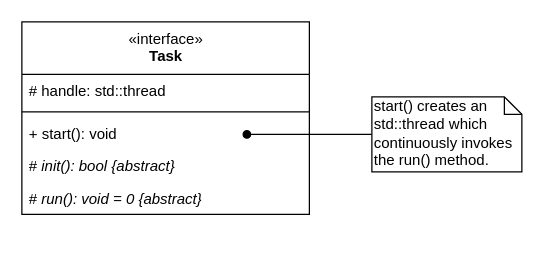
Before: diagrams/task.drawio in LasseGoransson/ESD-E2020, a draw.io diagram. Source tidied: cells renumbered, new cells numbered last; positions are measured from the earlier drawing's top-left corner, leaving out a move shared by most shapes. Both pictures are drawn from the tidied source at 125%, with x=0, y=0 at pixel (21, 21).
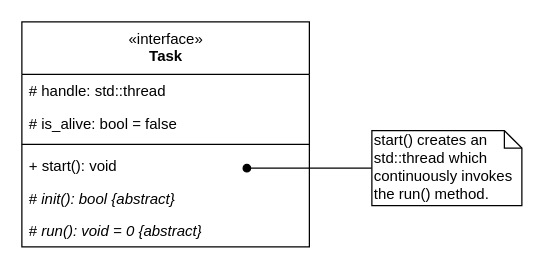
The same diagram, later.

Commit message:
update task class diagram

Diff of the diagram source:
```diff
@@
 <mxGraphModel>
   <root>
     <mxCell id="0" />
     <mxCell id="1" parent="0" />
     <mxCell id="2" style="edgeStyle=orthogonalEdgeStyle;rounded=0;jettySize=auto;html=1;endArrow=oval;endFill=1;" parent="1" edge="1" source="3">
       <mxGeometry relative="1" as="geometry">
-        <mxPoint x="180" y="90" as="targetPoint" />
+        <mxPoint x="180" y="117" as="targetPoint" />
       </mxGeometry>
     </mxCell>
     <mxCell id="3" value="start() creates an std::thread which continuously invokes the run() method." style="shape=note;whiteSpace=wrap;html=1;size=14;verticalAlign=top;align=left;spacingTop=-6;" parent="1" vertex="1">
-      <mxGeometry x="280" y="60" width="120" height="60" as="geometry" />
+      <mxGeometry x="280" y="87" width="120" height="60" as="geometry" />
     </mxCell>
     <mxCell id="4" value="&lt;span style=&quot;font-weight: normal&quot;&gt;«interface»&lt;br&gt;&lt;/span&gt;Task" style="swimlane;fontStyle=1;align=center;verticalAlign=top;horizontal=1;startSize=42;html=1;" parent="1" vertex="1">
-      <mxGeometry width="230" height="154" as="geometry" />
+      <mxGeometry width="230" height="180" as="geometry" />
     </mxCell>
     <mxCell id="5" value="# handle: std::thread" style="text;strokeColor=none;fillColor=none;align=left;verticalAlign=top;spacingLeft=4;spacingRight=4;overflow=hidden;" parent="4" vertex="1">
       <mxGeometry y="42" width="230" height="26" as="geometry" />
     </mxCell>
+    <mxCell id="10" value="# is_alive: bool = false" style="text;strokeColor=none;fillColor=none;align=left;verticalAlign=top;spacingLeft=4;spacingRight=4;overflow=hidden;" parent="4" vertex="1">
+      <mxGeometry y="68" width="230" height="26" as="geometry" />
+    </mxCell>
     <mxCell id="6" style="line;strokeWidth=1;fillColor=none;align=left;verticalAlign=middle;spacingTop=-1;spacingLeft=3;spacingRight=3;labelPosition=right;" parent="4" vertex="1">
-      <mxGeometry y="68" width="230" height="8" as="geometry" />
+      <mxGeometry y="94" width="230" height="8" as="geometry" />
     </mxCell>
     <mxCell id="7" value="+ start(): void" style="text;strokeColor=none;fillColor=none;align=left;verticalAlign=top;spacingLeft=4;spacingRight=4;overflow=hidden;" parent="4" vertex="1">
-      <mxGeometry y="76" width="230" height="26" as="geometry" />
+      <mxGeometry y="102" width="230" height="26" as="geometry" />
     </mxCell>
     <mxCell id="8" value="&lt;span style=&quot;font-style: normal&quot;&gt;#&lt;/span&gt; init(): bool {abstract}" style="text;strokeColor=none;fillColor=none;align=left;verticalAlign=top;spacingLeft=4;spacingRight=4;overflow=hidden;fontStyle=2;html=1;" parent="4" vertex="1">
-      <mxGeometry y="102" width="230" height="26" as="geometry" />
+      <mxGeometry y="128" width="230" height="26" as="geometry" />
     </mxCell>
     <mxCell id="9" value="&lt;span style=&quot;font-style: normal&quot;&gt;#&lt;/span&gt; run(): void = 0 {abstract}" style="text;strokeColor=none;fillColor=none;align=left;verticalAlign=top;spacingLeft=4;spacingRight=4;overflow=hidden;fontStyle=2;html=1;" parent="4" vertex="1">
-      <mxGeometry y="128" width="230" height="26" as="geometry" />
+      <mxGeometry y="154" width="230" height="26" as="geometry" />
     </mxCell>
   </root>
 </mxGraphModel>
```
